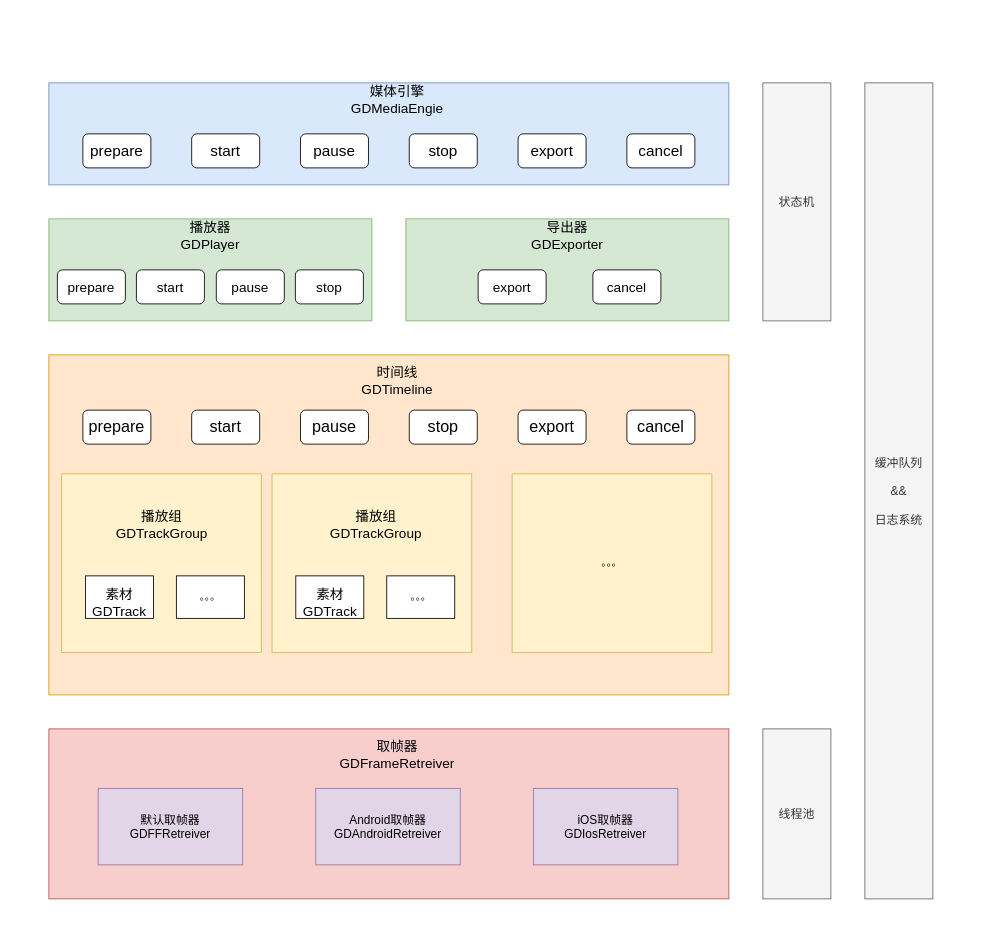
The draw.io diagram 音视频引擎结构图.drawio in zhoud9012/drawio, before the edit. Source tidied: cells renumbered, new cells numbered last; positions are measured from the earlier drawing's top-left corner, leaving out a move shared by most shapes. Both pictures are drawn from the tidied source at 85%, with x=0, y=0 at pixel (48, 82).
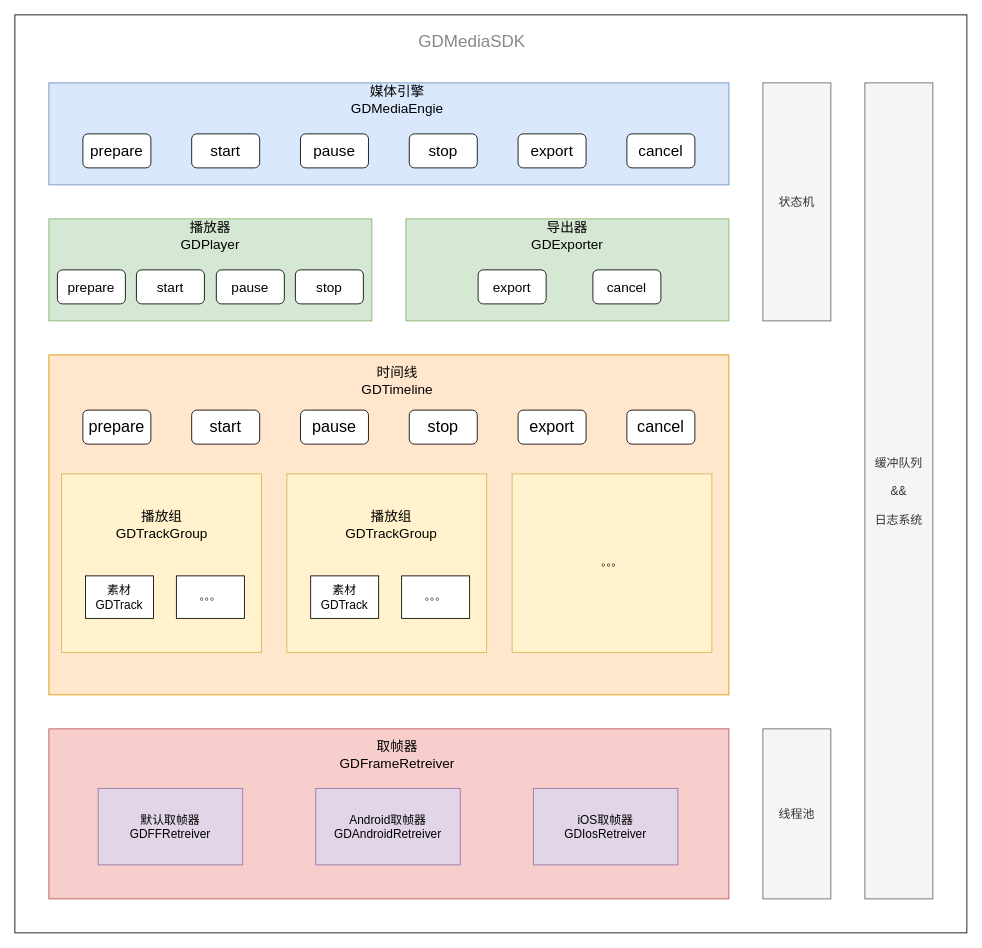
The same diagram, later.

Commit message:
Update 音视频引擎结构图.drawio

The edit, as a diff of the source:
```diff
@@
+    <mxCell id="47" style="rounded=0;whiteSpace=wrap;html=1;fontSize=14;" parent="1" vertex="1">
+      <mxGeometry x="-40" y="-80" width="1120" height="1080" as="geometry" />
+    </mxCell>
@@
-    <mxCell id="28" style="rounded=0;whiteSpace=wrap;html=1;fillColor=#fff2cc;strokeColor=#d6b656;" parent="1" vertex="1">
-      <mxGeometry x="15" y="460" width="235" height="210" as="geometry" />
-    </mxCell>
-    <mxCell id="29" value="播放组&lt;br style=&quot;font-size: 16px;&quot;&gt;GDTrackGroup&lt;br style=&quot;font-size: 16px;&quot;&gt;" style="text;html=1;strokeColor=none;fillColor=none;align=center;verticalAlign=middle;whiteSpace=wrap;rounded=0;fontSize=16;" parent="1" vertex="1">
-      <mxGeometry x="112.5" y="510" width="40" height="20" as="geometry" />
-    </mxCell>
-    <mxCell id="30" style="rounded=0;whiteSpace=wrap;html=1;" parent="1" vertex="1">
-      <mxGeometry x="43" y="580" width="80" height="50" as="geometry" />
-    </mxCell>
-    <mxCell id="31" value="素材&lt;br style=&quot;font-size: 16px;&quot;&gt;GDTrack" style="text;html=1;strokeColor=none;fillColor=none;align=center;verticalAlign=middle;whiteSpace=wrap;rounded=0;fontSize=16;" parent="1" vertex="1">
-      <mxGeometry x="63" y="602" width="40" height="20" as="geometry" />
-    </mxCell>
-    <mxCell id="32" value="。。。" style="rounded=0;whiteSpace=wrap;html=1;" parent="1" vertex="1">
-      <mxGeometry x="150" y="580" width="80" height="50" as="geometry" />
-    </mxCell>
@@
+    <mxCell id="46" value="。。。" style="rounded=0;whiteSpace=wrap;html=1;fillColor=#fff2cc;strokeColor=#d6b656;flipH=0;flipV=1;" parent="1" vertex="1">
+      <mxGeometry x="545" y="460" width="235" height="210" as="geometry" />
+    </mxCell>
+    <mxCell id="48" value="GDMediaSDK" style="text;html=1;strokeColor=none;fillColor=none;align=center;verticalAlign=middle;whiteSpace=wrap;rounded=0;fontSize=20;fontColor=#878787;" parent="1" vertex="1">
+      <mxGeometry x="477.5" y="-60" width="40" height="20" as="geometry" />
+    </mxCell>
+    <mxCell id="49" style="group;flipH=0;flipV=1;" parent="1" vertex="1">
+      <mxGeometry x="280" y="460" width="235" height="210" as="geometry" />
+    </mxCell>
-    <mxCell id="41" style="rounded=0;whiteSpace=wrap;html=1;fillColor=#fff2cc;strokeColor=#d6b656;" parent="1" vertex="1">
-      <mxGeometry x="262.5" y="460" width="235" height="210" as="geometry" />
+    <mxCell id="41" style="rounded=0;whiteSpace=wrap;html=1;fillColor=#fff2cc;strokeColor=#d6b656;" parent="49" vertex="1">
+      <mxGeometry width="235" height="210" as="geometry" />
     </mxCell>
-    <mxCell id="42" value="播放组&lt;br style=&quot;font-size: 16px;&quot;&gt;GDTrackGroup&lt;br style=&quot;font-size: 16px;&quot;&gt;" style="text;html=1;strokeColor=none;fillColor=none;align=center;verticalAlign=middle;whiteSpace=wrap;rounded=0;fontSize=16;" parent="1" vertex="1">
-      <mxGeometry x="365" y="510" width="40" height="20" as="geometry" />
+    <mxCell id="42" value="播放组&lt;br style=&quot;font-size: 16px;&quot;&gt;GDTrackGroup&lt;br style=&quot;font-size: 16px;&quot;&gt;" style="text;html=1;strokeColor=none;fillColor=none;align=center;verticalAlign=middle;whiteSpace=wrap;rounded=0;fontSize=16;" parent="49" vertex="1">
+      <mxGeometry x="102.5" y="50" width="40" height="20" as="geometry" />
     </mxCell>
-    <mxCell id="43" style="rounded=0;whiteSpace=wrap;html=1;" parent="1" vertex="1">
-      <mxGeometry x="290.5" y="580" width="80" height="50" as="geometry" />
+    <mxCell id="43" value="素材&lt;br style=&quot;font-size: 14px;&quot;&gt;GDTrack" style="rounded=0;whiteSpace=wrap;html=1;fontSize=14;" parent="49" vertex="1">
+      <mxGeometry x="28" y="120" width="80" height="50" as="geometry" />
     </mxCell>
-    <mxCell id="44" value="素材&lt;br style=&quot;font-size: 16px;&quot;&gt;GDTrack" style="text;html=1;strokeColor=none;fillColor=none;align=center;verticalAlign=middle;whiteSpace=wrap;rounded=0;fontSize=16;" parent="1" vertex="1">
-      <mxGeometry x="310.5" y="602" width="40" height="20" as="geometry" />
-    </mxCell>
-    <mxCell id="45" value="。。。" style="rounded=0;whiteSpace=wrap;html=1;" parent="1" vertex="1">
-      <mxGeometry x="397.5" y="580" width="80" height="50" as="geometry" />
+    <mxCell id="45" value="。。。" style="rounded=0;whiteSpace=wrap;html=1;" parent="49" vertex="1">
+      <mxGeometry x="135" y="120" width="80" height="50" as="geometry" />
     </mxCell>
-    <mxCell id="46" value="。。。" style="rounded=0;whiteSpace=wrap;html=1;fillColor=#fff2cc;strokeColor=#d6b656;" parent="1" vertex="1">
-      <mxGeometry x="545" y="460" width="235" height="210" as="geometry" />
-    </mxCell>
+    <mxCell id="50" style="group;flipH=0;flipV=1;" parent="1" vertex="1">
+      <mxGeometry x="15" y="460" width="235" height="210" as="geometry" />
+    </mxCell>
+    <mxCell id="28" style="rounded=0;whiteSpace=wrap;html=1;fillColor=#fff2cc;strokeColor=#d6b656;" parent="50" vertex="1">
+      <mxGeometry width="235" height="210" as="geometry" />
+    </mxCell>
+    <mxCell id="29" value="播放组&lt;br style=&quot;font-size: 16px;&quot;&gt;GDTrackGroup&lt;br style=&quot;font-size: 16px;&quot;&gt;" style="text;html=1;strokeColor=none;fillColor=none;align=center;verticalAlign=middle;whiteSpace=wrap;rounded=0;fontSize=16;" parent="50" vertex="1">
+      <mxGeometry x="97.5" y="50" width="40" height="20" as="geometry" />
+    </mxCell>
+    <mxCell id="30" value="素材&lt;br style=&quot;font-size: 14px;&quot;&gt;GDTrack" style="rounded=0;whiteSpace=wrap;html=1;fontSize=14;" parent="50" vertex="1">
+      <mxGeometry x="28" y="120" width="80" height="50" as="geometry" />
+    </mxCell>
+    <mxCell id="32" value="。。。" style="rounded=0;whiteSpace=wrap;html=1;" parent="50" vertex="1">
+      <mxGeometry x="135" y="120" width="80" height="50" as="geometry" />
+    </mxCell>
```
